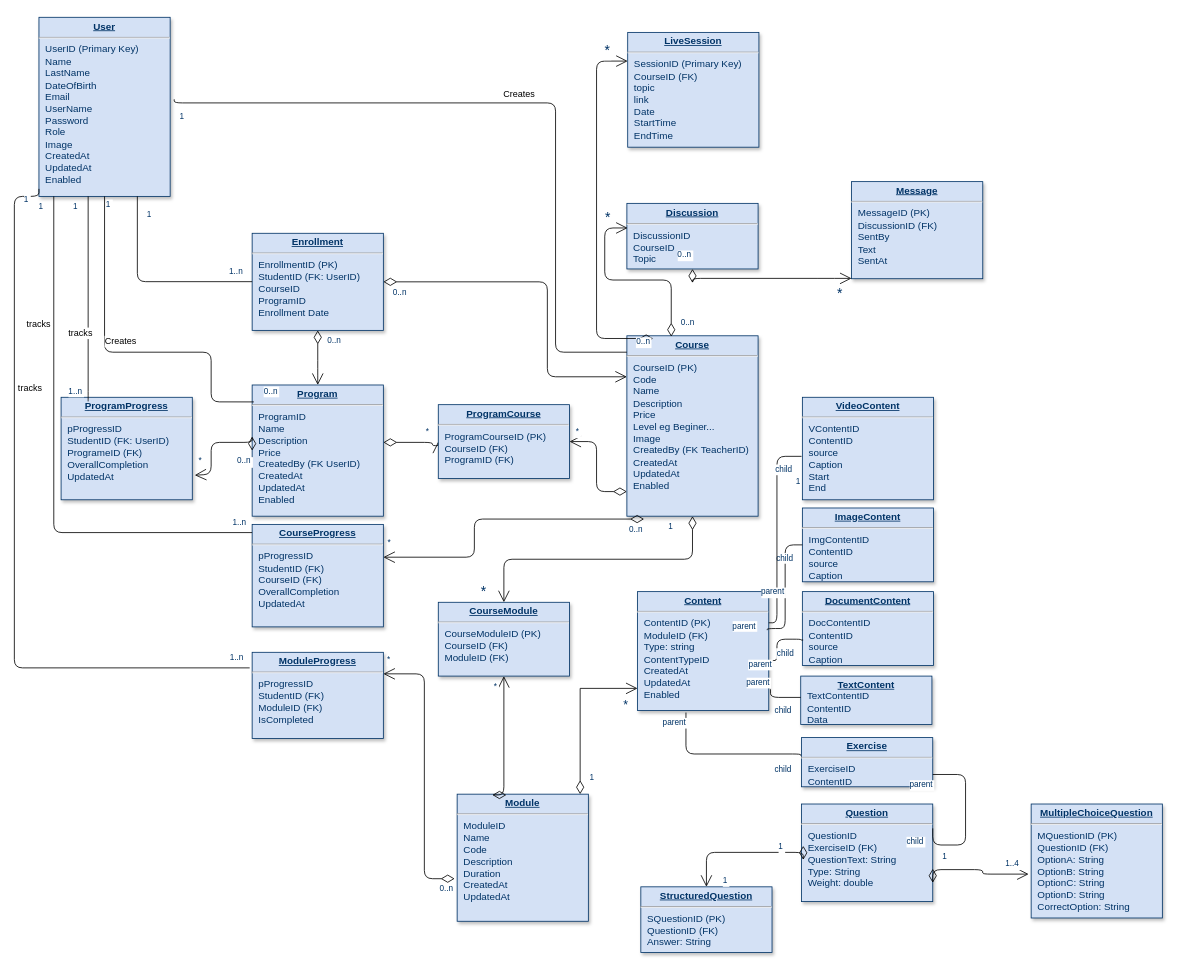
This is Diagrams/Database.drawio from kingshowa/PFE_E-learning, a draw.io file, before an edit. Source tidied: cells renumbered, new cells numbered last; positions are measured from the earlier drawing's top-left corner, leaving out a move shared by most shapes. Both pictures are drawn from the tidied source at 82%, with x=0, y=0 at pixel (14, 17).
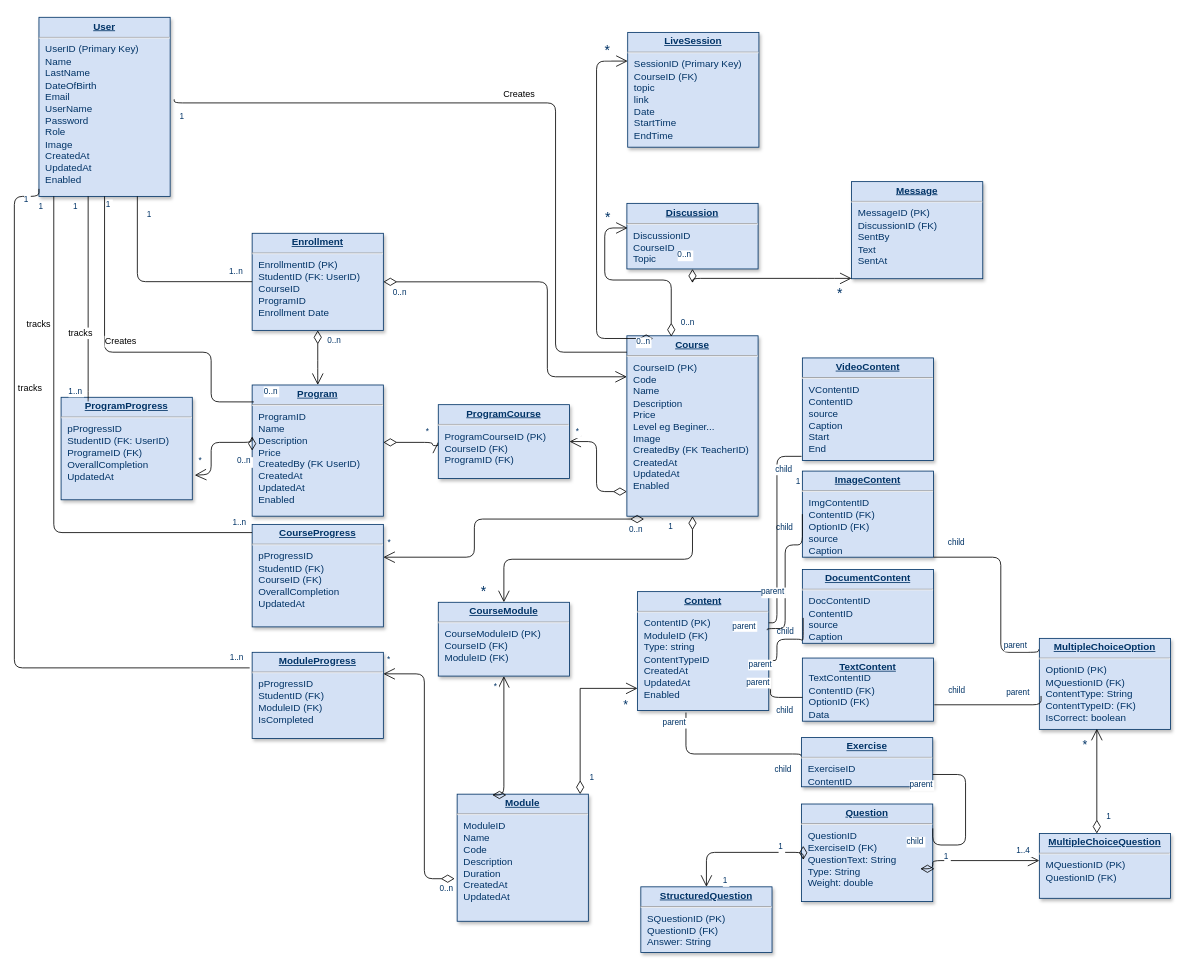
The same page after the edit.

The edit, as a diff of the source:
```diff
@@
     <mxCell id="28" value="&lt;p style=&quot;margin: 0px ; margin-top: 4px ; text-align: center ; text-decoration: underline&quot;&gt;&lt;b&gt;VideoContent&lt;/b&gt;&lt;/p&gt;&lt;hr&gt;&lt;p style=&quot;margin: 0px ; margin-left: 8px&quot;&gt;VContentID&lt;/p&gt;&lt;p style=&quot;margin: 0px ; margin-left: 8px&quot;&gt;ContentID&lt;/p&gt;&lt;p style=&quot;margin: 0px ; margin-left: 8px&quot;&gt;source&lt;/p&gt;&lt;p style=&quot;margin: 0px ; margin-left: 8px&quot;&gt;Caption&lt;/p&gt;&lt;p style=&quot;margin: 0px ; margin-left: 8px&quot;&gt;Start&lt;/p&gt;&lt;p style=&quot;margin: 0px ; margin-left: 8px&quot;&gt;End&lt;/p&gt;" style="verticalAlign=top;align=left;overflow=fill;fontSize=12;fontFamily=Helvetica;html=1;strokeColor=#003366;shadow=1;fillColor=#D4E1F5;fontColor=#003366;" parent="1" vertex="1">
-      <mxGeometry x="961" y="463" width="160" height="125" as="geometry" />
+      <mxGeometry x="961" y="415" width="160" height="125" as="geometry" />
     </mxCell>
-    <mxCell id="29" value="&lt;p style=&quot;margin: 0px ; margin-top: 4px ; text-align: center ; text-decoration: underline&quot;&gt;&lt;b&gt;ImageContent&lt;/b&gt;&lt;/p&gt;&lt;hr&gt;&lt;p style=&quot;margin: 0px 0px 0px 8px;&quot;&gt;ImgContentID&lt;/p&gt;&lt;p style=&quot;margin: 0px 0px 0px 8px;&quot;&gt;ContentID&lt;/p&gt;&lt;p style=&quot;margin: 0px 0px 0px 8px;&quot;&gt;source&lt;/p&gt;&lt;p style=&quot;margin: 0px 0px 0px 8px;&quot;&gt;Caption&lt;/p&gt;" style="verticalAlign=top;align=left;overflow=fill;fontSize=12;fontFamily=Helvetica;html=1;strokeColor=#003366;shadow=1;fillColor=#D4E1F5;fontColor=#003366;" parent="1" vertex="1">
-      <mxGeometry x="961" y="598" width="160" height="90" as="geometry" />
+    <mxCell id="29" value="&lt;p style=&quot;margin: 0px ; margin-top: 4px ; text-align: center ; text-decoration: underline&quot;&gt;&lt;b&gt;ImageContent&lt;/b&gt;&lt;/p&gt;&lt;hr&gt;&lt;p style=&quot;margin: 0px 0px 0px 8px;&quot;&gt;ImgContentID&lt;/p&gt;&lt;p style=&quot;margin: 0px 0px 0px 8px;&quot;&gt;ContentID (FK)&lt;/p&gt;&lt;p style=&quot;margin: 0px 0px 0px 8px;&quot;&gt;OptionID (FK)&lt;/p&gt;&lt;p style=&quot;margin: 0px 0px 0px 8px;&quot;&gt;source&lt;/p&gt;&lt;p style=&quot;margin: 0px 0px 0px 8px;&quot;&gt;Caption&lt;/p&gt;" style="verticalAlign=top;align=left;overflow=fill;fontSize=12;fontFamily=Helvetica;html=1;strokeColor=#003366;shadow=1;fillColor=#D4E1F5;fontColor=#003366;" parent="1" vertex="1">
+      <mxGeometry x="961" y="553" width="160" height="105" as="geometry" />
     </mxCell>
     <mxCell id="30" value="&lt;p style=&quot;margin: 0px ; margin-top: 4px ; text-align: center ; text-decoration: underline&quot;&gt;&lt;b&gt;DocumentContent&lt;/b&gt;&lt;/p&gt;&lt;hr&gt;&lt;p style=&quot;margin: 0px 0px 0px 8px;&quot;&gt;DocContentID&lt;/p&gt;&lt;p style=&quot;margin: 0px 0px 0px 8px;&quot;&gt;ContentID&lt;/p&gt;&lt;p style=&quot;margin: 0px 0px 0px 8px;&quot;&gt;source&lt;/p&gt;&lt;p style=&quot;margin: 0px 0px 0px 8px;&quot;&gt;Caption&lt;/p&gt;" style="verticalAlign=top;align=left;overflow=fill;fontSize=12;fontFamily=Helvetica;html=1;strokeColor=#003366;shadow=1;fillColor=#D4E1F5;fontColor=#003366;" parent="1" vertex="1">
-      <mxGeometry x="961" y="700" width="160" height="90" as="geometry" />
+      <mxGeometry x="961" y="673" width="160" height="90" as="geometry" />
     </mxCell>
-    <mxCell id="31" value="&lt;p style=&quot;margin: 0px ; margin-top: 4px ; text-align: center ; text-decoration: underline&quot;&gt;&lt;b&gt;TextContent&lt;/b&gt;&lt;/p&gt;&lt;p style=&quot;margin: 0px 0px 0px 8px;&quot;&gt;TextContentID&lt;/p&gt;&lt;p style=&quot;margin: 0px 0px 0px 8px;&quot;&gt;ContentID&lt;/p&gt;&lt;p style=&quot;margin: 0px 0px 0px 8px;&quot;&gt;Data&lt;/p&gt;" style="verticalAlign=top;align=left;overflow=fill;fontSize=12;fontFamily=Helvetica;html=1;strokeColor=#003366;shadow=1;fillColor=#D4E1F5;fontColor=#003366;" parent="1" vertex="1">
-      <mxGeometry x="959" y="803" width="160" height="59" as="geometry" />
+    <mxCell id="31" value="&lt;p style=&quot;margin: 0px ; margin-top: 4px ; text-align: center ; text-decoration: underline&quot;&gt;&lt;b&gt;TextContent&lt;/b&gt;&lt;/p&gt;&lt;p style=&quot;margin: 0px 0px 0px 8px;&quot;&gt;TextContentID&lt;/p&gt;&lt;p style=&quot;margin: 0px 0px 0px 8px;&quot;&gt;ContentID (FK)&lt;/p&gt;&lt;p style=&quot;margin: 0px 0px 0px 8px;&quot;&gt;OptionID (FK)&lt;/p&gt;&lt;p style=&quot;margin: 0px 0px 0px 8px;&quot;&gt;Data&lt;/p&gt;" style="verticalAlign=top;align=left;overflow=fill;fontSize=12;fontFamily=Helvetica;html=1;strokeColor=#003366;shadow=1;fillColor=#D4E1F5;fontColor=#003366;" parent="1" vertex="1">
+      <mxGeometry x="961" y="781" width="160" height="77" as="geometry" />
     </mxCell>
@@
-    <mxCell id="63" value="&lt;p style=&quot;margin: 0px; margin-top: 4px; text-align: center; text-decoration: underline;&quot;&gt;&lt;b&gt;MultipleChoiceQuestion&lt;/b&gt;&lt;/p&gt;&lt;hr&gt;&lt;p style=&quot;margin: 0px 0px 0px 8px;&quot;&gt;MQuestionID (PK)&lt;/p&gt;&lt;p style=&quot;margin: 0px 0px 0px 8px;&quot;&gt;QuestionID&amp;nbsp;&lt;span style=&quot;background-color: initial;&quot;&gt;(FK)&lt;/span&gt;&lt;/p&gt;&lt;p style=&quot;margin: 0px; margin-left: 8px;&quot;&gt;OptionA: String&lt;/p&gt;&lt;p style=&quot;margin: 0px; margin-left: 8px;&quot;&gt;OptionB: String&lt;br&gt;&lt;/p&gt;&lt;p style=&quot;margin: 0px; margin-left: 8px;&quot;&gt;OptionC: String&lt;br&gt;&lt;/p&gt;&lt;p style=&quot;margin: 0px; margin-left: 8px;&quot;&gt;OptionD: String&lt;br&gt;&lt;/p&gt;&lt;p style=&quot;margin: 0px; margin-left: 8px;&quot;&gt;CorrectOption: String&lt;/p&gt;" style="verticalAlign=top;align=left;overflow=fill;fontSize=12;fontFamily=Helvetica;html=1;strokeColor=#003366;shadow=1;fillColor=#D4E1F5;fontColor=#003366;" parent="1" vertex="1">
-      <mxGeometry x="1240" y="959" width="160" height="139" as="geometry" />
+    <mxCell id="63" value="&lt;p style=&quot;margin: 0px; margin-top: 4px; text-align: center; text-decoration: underline;&quot;&gt;&lt;b&gt;MultipleChoiceQuestion&lt;/b&gt;&lt;/p&gt;&lt;hr&gt;&lt;p style=&quot;margin: 0px 0px 0px 8px;&quot;&gt;MQuestionID (PK)&lt;/p&gt;&lt;p style=&quot;margin: 0px 0px 0px 8px;&quot;&gt;QuestionID&amp;nbsp;&lt;span style=&quot;background-color: initial;&quot;&gt;(FK)&lt;/span&gt;&lt;/p&gt;" style="verticalAlign=top;align=left;overflow=fill;fontSize=12;fontFamily=Helvetica;html=1;strokeColor=#003366;shadow=1;fillColor=#D4E1F5;fontColor=#003366;" parent="1" vertex="1">
+      <mxGeometry x="1250" y="995" width="160" height="79" as="geometry" />
     </mxCell>
@@
-    <mxCell id="65" style="endArrow=open;endSize=12;startArrow=diamondThin;startSize=14;startFill=0;edgeStyle=orthogonalEdgeStyle;entryX=-0.019;entryY=0.615;entryDx=0;entryDy=0;entryPerimeter=0;" parent="1" edge="1" target="63">
+    <mxCell id="65" style="endArrow=open;endSize=12;startArrow=diamondThin;startSize=14;startFill=0;edgeStyle=orthogonalEdgeStyle;" parent="1" edge="1" target="63">
       <mxGeometry x="519.4" y="200" as="geometry">
-        <mxPoint x="1120" y="1038" as="sourcePoint" />
+        <mxPoint x="1122" y="1038" as="sourcePoint" />
         <Array as="points">
-          <mxPoint x="1120" y="1039" />
-          <mxPoint x="1181" y="1039" />
-          <mxPoint x="1181" y="1045" />
+          <mxPoint x="1120" y="1038" />
+          <mxPoint x="1120" y="1028" />
         </Array>
       </mxGeometry>
     </mxCell>
@@
+    <mxCell id="101" value="&lt;p style=&quot;margin: 0px; margin-top: 4px; text-align: center; text-decoration: underline;&quot;&gt;&lt;b&gt;MultipleChoiceOption&lt;/b&gt;&lt;/p&gt;&lt;hr&gt;&lt;p style=&quot;margin: 0px 0px 0px 8px;&quot;&gt;OptionID (PK)&lt;/p&gt;&lt;p style=&quot;margin: 0px 0px 0px 8px;&quot;&gt;MQuestionID&amp;nbsp;&lt;span style=&quot;background-color: initial;&quot;&gt;(FK)&lt;/span&gt;&lt;/p&gt;&lt;p style=&quot;margin: 0px; margin-left: 8px;&quot;&gt;ContentType: String&lt;/p&gt;&lt;p style=&quot;margin: 0px; margin-left: 8px;&quot;&gt;ContentTypeID: (FK)&lt;/p&gt;&lt;p style=&quot;margin: 0px; margin-left: 8px;&quot;&gt;IsCorrect: boolean&lt;/p&gt;" style="verticalAlign=top;align=left;overflow=fill;fontSize=12;fontFamily=Helvetica;html=1;strokeColor=#003366;shadow=1;fillColor=#D4E1F5;fontColor=#003366;" parent="1" vertex="1">
+      <mxGeometry x="1250" y="757" width="160" height="111" as="geometry" />
+    </mxCell>
+    <mxCell id="102" style="endArrow=open;endSize=12;startArrow=diamondThin;startSize=14;startFill=0;edgeStyle=orthogonalEdgeStyle;rounded=0;entryX=0.438;entryY=0.993;entryDx=0;entryDy=0;entryPerimeter=0;exitX=0.438;exitY=0;exitDx=0;exitDy=0;exitPerimeter=0;" parent="1" edge="1" source="63" target="101">
+      <mxGeometry x="769.4" y="450" as="geometry" />
+    </mxCell>
+    <mxCell id="103" value="1" style="align=left;verticalAlign=top;labelBackgroundColor=#ffffff;fontSize=10;strokeColor=#003366;shadow=1;fillColor=#D4E1F5;fontColor=#003366;" parent="102" vertex="1">
+      <mxGeometry x="-1" relative="1" as="geometry">
+        <mxPoint x="10" y="-33" as="offset" />
+      </mxGeometry>
+    </mxCell>
+    <mxCell id="104" value="*" style="align=right;verticalAlign=top;labelBackgroundColor=#ffffff;fontSize=15;strokeColor=#003366;shadow=1;fillColor=#D4E1F5;fontColor=#003366;" parent="102" vertex="1">
+      <mxGeometry x="1" relative="1" as="geometry">
+        <mxPoint x="-10" y="5" as="offset" />
+      </mxGeometry>
+    </mxCell>
+    <mxCell id="105" style="endArrow=none;edgeStyle=orthogonalEdgeStyle;entryX=1;entryY=1;entryDx=0;entryDy=0;exitX=-0.006;exitY=0.122;exitDx=0;exitDy=0;exitPerimeter=0;" parent="1" edge="1" source="101" target="29">
+      <mxGeometry x="190" y="950" as="geometry">
+        <Array as="points">
+          <mxPoint x="1203" y="774" />
+          <mxPoint x="1203" y="658" />
+        </Array>
+      </mxGeometry>
+    </mxCell>
+    <mxCell id="106" value="parent" style="align=left;verticalAlign=bottom;labelBackgroundColor=#ffffff;fontSize=10;strokeColor=#003366;shadow=1;fillColor=#D4E1F5;fontColor=#003366;" parent="105" vertex="1">
+      <mxGeometry x="-1" relative="1" as="geometry">
+        <mxPoint x="-44" y="3" as="offset" />
+      </mxGeometry>
+    </mxCell>
+    <mxCell id="107" value="child" style="align=right;verticalAlign=bottom;labelBackgroundColor=#ffffff;fontSize=10;strokeColor=#003366;shadow=1;fillColor=#D4E1F5;fontColor=#003366;" parent="105" vertex="1">
+      <mxGeometry x="1" relative="1" as="geometry">
+        <mxPoint x="39" y="-10" as="offset" />
+      </mxGeometry>
+    </mxCell>
+    <mxCell id="108" style="endArrow=none;edgeStyle=orthogonalEdgeStyle;entryX=1;entryY=1;entryDx=0;entryDy=0;exitX=0.013;exitY=0.633;exitDx=0;exitDy=0;exitPerimeter=0;" parent="1" edge="1" source="101">
+      <mxGeometry x="190" y="950" as="geometry">
+        <mxPoint x="1122" y="838" as="targetPoint" />
+        <Array as="points">
+          <mxPoint x="1252" y="838" />
+        </Array>
+      </mxGeometry>
+    </mxCell>
+    <mxCell id="109" value="parent" style="align=left;verticalAlign=bottom;labelBackgroundColor=#ffffff;fontSize=10;strokeColor=#003366;shadow=1;fillColor=#D4E1F5;fontColor=#003366;" parent="108" vertex="1">
+      <mxGeometry x="-1" relative="1" as="geometry">
+        <mxPoint x="-44" y="3" as="offset" />
+      </mxGeometry>
+    </mxCell>
+    <mxCell id="110" value="child" style="align=right;verticalAlign=bottom;labelBackgroundColor=#ffffff;fontSize=10;strokeColor=#003366;shadow=1;fillColor=#D4E1F5;fontColor=#003366;" parent="108" vertex="1">
+      <mxGeometry x="1" relative="1" as="geometry">
+        <mxPoint x="39" y="-10" as="offset" />
+      </mxGeometry>
+    </mxCell>
```
